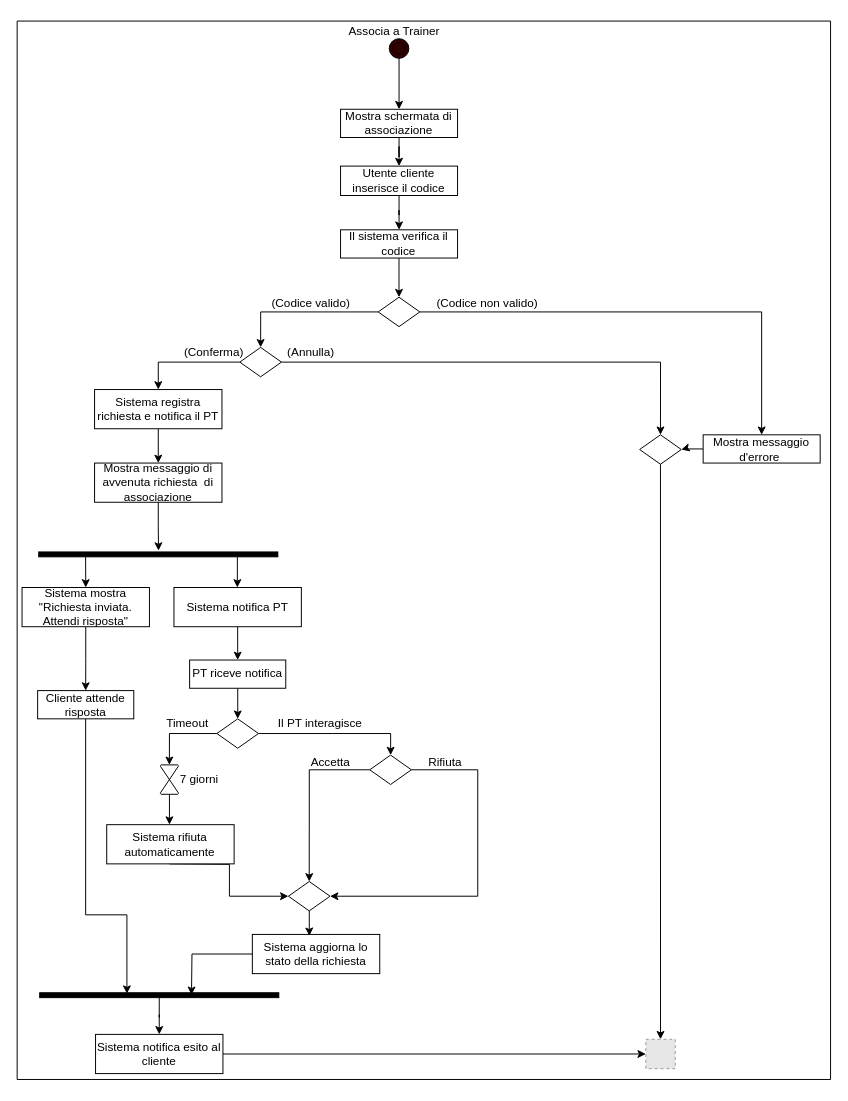
The draw.io diagram ActivityDiagram/AssociaTrainer.drawio in FedericoSib/FitPlan, before the edit. Source tidied: cells renumbered, new cells numbered last; positions are measured from the earlier drawing's top-left corner, leaving out a move shared by most shapes. Both pictures are drawn from the tidied source at 98%, with x=0, y=0 at pixel (17, 17). Pictures stored in the file or linked from it are replaced by grey dashed boxes.
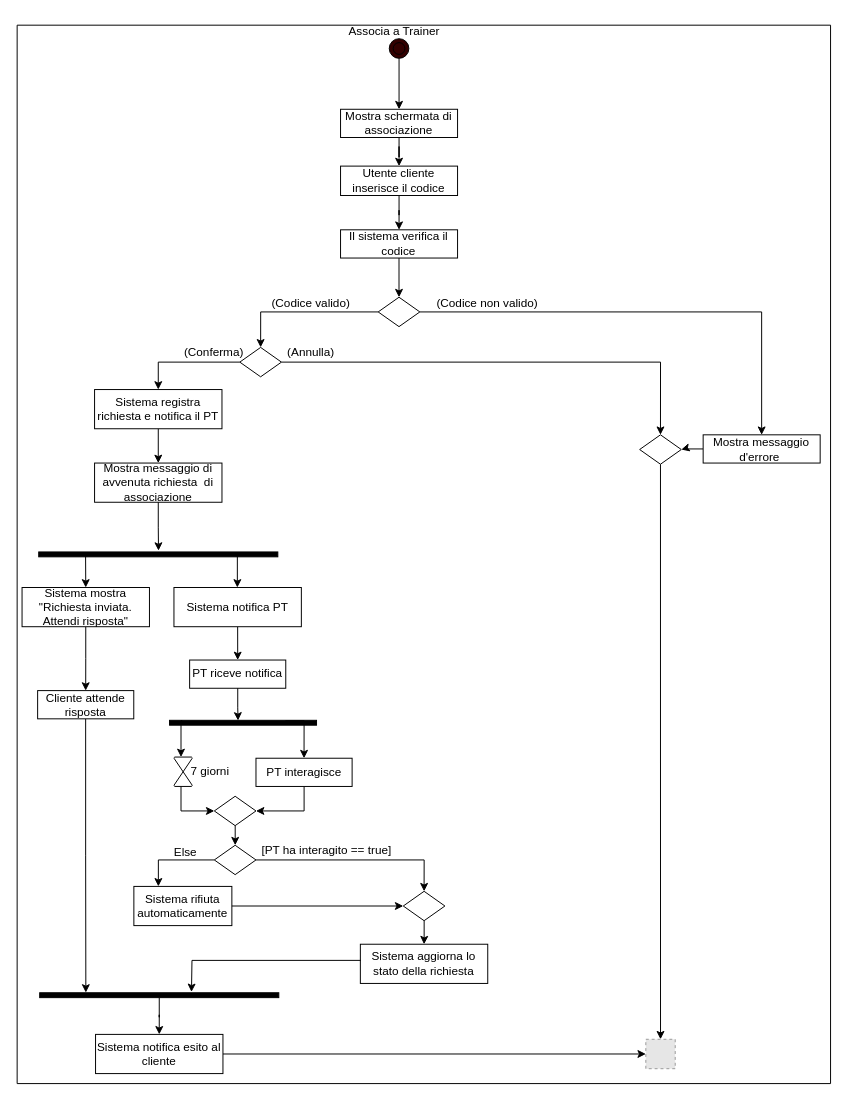
Above is the later version.

The change refers to these unchanged cells:
```xml
<mxCell id="30" value="PT riceve notifica" style="rounded=0;whiteSpace=wrap;html=1;" parent="1" vertex="1">
  <mxGeometry x="176" y="656" width="98.1" height="28.8" as="geometry" />
</mxCell>
<mxCell id="55" value="Cliente attende risposta" style="rounded=0;whiteSpace=wrap;html=1;" parent="1" vertex="1">
  <mxGeometry x="20.9" y="687.2" width="98.1" height="28.8" as="geometry" />
</mxCell>
<mxCell id="63" style="html=1;points=[];perimeter=orthogonalPerimeter;fillColor=strokeColor;rotation=-90;" parent="1" vertex="1">
  <mxGeometry x="142.5" y="876" width="5" height="244" as="geometry" />
</mxCell>
```

Change to the diagram source:
```diff
@@
-    <mxCell id="25" style="edgeStyle=orthogonalEdgeStyle;rounded=0;jettySize=auto;html=1;entryX=0.5;entryY=0;entryDx=0;entryDy=0;" parent="1" edge="1" source="26">
-      <mxGeometry relative="1" as="geometry">
-        <mxPoint x="155.4" y="824" as="targetPoint" />
-      </mxGeometry>
-    </mxCell>
-    <mxCell id="26" style="verticalLabelPosition=bottom;verticalAlign=top;html=1;shape=mxgraph.flowchart.collate;" parent="1" vertex="1">
-      <mxGeometry x="146" y="763" width="18.7" height="30" as="geometry" />
-    </mxCell>
@@
-    <mxCell id="29" style="edgeStyle=orthogonalEdgeStyle;rounded=0;jettySize=auto;html=1;entryX=0.5;entryY=0;entryDx=0;entryDy=0;" parent="1" edge="1" source="30" target="33">
-      <mxGeometry relative="1" as="geometry" />
-    </mxCell>
@@
-    <mxCell id="31" style="edgeStyle=orthogonalEdgeStyle;rounded=0;jettySize=auto;html=1;entryX=0.5;entryY=0;entryDx=0;entryDy=0;entryPerimeter=0;" parent="1" edge="1" source="33" target="26">
-      <mxGeometry relative="1" as="geometry" />
-    </mxCell>
-    <mxCell id="32" style="edgeStyle=orthogonalEdgeStyle;rounded=0;jettySize=auto;html=1;" parent="1" edge="1" source="33" target="42">
-      <mxGeometry relative="1" as="geometry" />
-    </mxCell>
-    <mxCell id="33" style="rhombus;whiteSpace=wrap;html=1;" parent="1" vertex="1">
-      <mxGeometry x="203.8" y="716" width="42.5" height="30" as="geometry" />
-    </mxCell>
-    <mxCell id="34" value="Timeout" style="text;html=1;whiteSpace=wrap;strokeColor=none;fillColor=none;align=center;verticalAlign=middle;rounded=0;" parent="1" vertex="1">
-      <mxGeometry x="143.8" y="706" width="60" height="30" as="geometry" />
-    </mxCell>
-    <mxCell id="35" value="7 giorni" style="text;html=1;whiteSpace=wrap;strokeColor=none;fillColor=none;align=center;verticalAlign=middle;rounded=0;" parent="1" vertex="1">
-      <mxGeometry x="156" y="763" width="60" height="30" as="geometry" />
-    </mxCell>
-    <mxCell id="36" style="edgeStyle=orthogonalEdgeStyle;rounded=0;jettySize=auto;html=1;entryX=0;entryY=0.5;entryDx=0;entryDy=0;exitX=0.5;exitY=1;exitDx=0;exitDy=0;" parent="1" edge="1" target="52">
-      <mxGeometry relative="1" as="geometry">
-        <mxPoint x="155.4" y="864" as="sourcePoint" />
-      </mxGeometry>
-    </mxCell>
-    <mxCell id="37" value="Sistema rifiuta automaticamente" style="rounded=0;whiteSpace=wrap;html=1;" parent="1" vertex="1">
-      <mxGeometry x="91.4" y="824" width="130" height="40" as="geometry" />
-    </mxCell>
@@
-    <mxCell id="40" style="edgeStyle=orthogonalEdgeStyle;rounded=0;jettySize=auto;html=1;exitX=0;exitY=0.5;exitDx=0;exitDy=0;entryX=0.5;entryY=0;entryDx=0;entryDy=0;" parent="1" edge="1" source="42" target="52">
-      <mxGeometry relative="1" as="geometry" />
-    </mxCell>
-    <mxCell id="41" style="edgeStyle=orthogonalEdgeStyle;rounded=0;jettySize=auto;html=1;exitX=1;exitY=0.5;exitDx=0;exitDy=0;entryX=1;entryY=0.5;entryDx=0;entryDy=0;" parent="1" edge="1" source="42" target="52">
-      <mxGeometry relative="1" as="geometry">
-        <Array as="points">
-          <mxPoint x="470" y="768" />
-          <mxPoint x="470" y="897" />
-        </Array>
-      </mxGeometry>
-    </mxCell>
-    <mxCell id="42" style="rhombus;whiteSpace=wrap;html=1;" parent="1" vertex="1">
-      <mxGeometry x="359.8" y="753" width="42.5" height="30" as="geometry" />
-    </mxCell>
-    <mxCell id="43" value="Il PT interagisce&amp;nbsp;" style="text;html=1;whiteSpace=wrap;strokeColor=none;fillColor=none;align=center;verticalAlign=middle;rounded=0;" parent="1" vertex="1">
-      <mxGeometry x="241" y="706" width="140" height="30" as="geometry" />
-    </mxCell>
-    <mxCell id="44" value="Accetta" style="text;html=1;whiteSpace=wrap;strokeColor=none;fillColor=none;align=center;verticalAlign=middle;rounded=0;" parent="1" vertex="1">
-      <mxGeometry x="290" y="746" width="60" height="30" as="geometry" />
-    </mxCell>
-    <mxCell id="45" value="Rifiuta" style="text;html=1;whiteSpace=wrap;strokeColor=none;fillColor=none;align=center;verticalAlign=middle;rounded=0;" parent="1" vertex="1">
-      <mxGeometry x="396.7" y="746" width="80" height="30" as="geometry" />
-    </mxCell>
@@
-    <mxCell id="51" style="edgeStyle=orthogonalEdgeStyle;rounded=0;jettySize=auto;html=1;entryX=0.448;entryY=0.037;entryDx=0;entryDy=0;entryPerimeter=0;" parent="1" edge="1" source="52" target="53">
+    <mxCell id="51" style="edgeStyle=orthogonalEdgeStyle;rounded=0;jettySize=auto;html=1;entryX=0.5;entryY=0;entryDx=0;entryDy=0;" parent="1" edge="1" source="52" target="53">
       <mxGeometry relative="1" as="geometry" />
     </mxCell>
     <mxCell id="52" style="rhombus;whiteSpace=wrap;html=1;" parent="1" vertex="1">
-      <mxGeometry x="276.8" y="882" width="42.5" height="30" as="geometry" />
+      <mxGeometry x="394" y="892" width="42.5" height="30" as="geometry" />
     </mxCell>
     <mxCell id="53" value="Sistema aggiorna lo stato della richiesta" style="rounded=0;whiteSpace=wrap;html=1;" parent="1" vertex="1">
-      <mxGeometry x="240" y="936" width="130" height="40" as="geometry" />
+      <mxGeometry x="350.2" y="946" width="130" height="40" as="geometry" />
     </mxCell>
-    <mxCell id="54" style="edgeStyle=orthogonalEdgeStyle;rounded=0;jettySize=auto;html=1;entryX=0.659;entryY=0.771;entryDx=0;entryDy=0;entryPerimeter=0;" parent="1" edge="1" source="53">
+    <mxCell id="54" style="edgeStyle=orthogonalEdgeStyle;rounded=0;jettySize=auto;html=1;entryX=0.659;entryY=0.771;entryDx=0;entryDy=0;entryPerimeter=0;exitX=0.003;exitY=0.412;exitDx=0;exitDy=0;exitPerimeter=0;" parent="1" edge="1" source="53">
       <mxGeometry relative="1" as="geometry">
-        <mxPoint x="177.9" y="997.7" as="targetPoint" />
+        <mxPoint x="177.9" y="994.7" as="targetPoint" />
       </mxGeometry>
     </mxCell>
+    <mxCell id="65" style="edgeStyle=orthogonalEdgeStyle;rounded=0;jettySize=auto;html=1;entryX=1.037;entryY=0.193;entryDx=0;entryDy=0;entryPerimeter=0;" parent="1" edge="1" source="55" target="63">
+      <mxGeometry relative="1" as="geometry" />
+    </mxCell>
@@
-    <mxCell id="56" style="edgeStyle=orthogonalEdgeStyle;rounded=0;jettySize=auto;html=1;entryX=0.894;entryY=0.244;entryDx=0;entryDy=0;entryPerimeter=0;" parent="1" edge="1" source="55">
-      <mxGeometry relative="1" as="geometry">
-        <mxPoint x="112" y="996.5" as="targetPoint" />
-        <Array as="points">
-          <mxPoint x="70" y="916" />
-          <mxPoint x="112" y="916" />
-        </Array>
-      </mxGeometry>
-    </mxCell>
@@
     <mxCell id="64" style="swimlane;startSize=0;" parent="1" vertex="1">
-      <mxGeometry y="4" width="830" height="1080" as="geometry" />
+      <mxGeometry y="8.2" width="830" height="1080" as="geometry" />
     </mxCell>
+    <mxCell id="37" value="Sistema rifiuta automaticamente" style="rounded=0;whiteSpace=wrap;html=1;" parent="64" vertex="1">
+      <mxGeometry x="119.1" y="878.8" width="100" height="40" as="geometry" />
+    </mxCell>
+    <mxCell id="66" value="Else" style="text;html=1;whiteSpace=wrap;strokeColor=none;fillColor=none;align=center;verticalAlign=middle;rounded=0;" parent="64" vertex="1">
+      <mxGeometry x="142.1" y="828.8" width="60" height="30" as="geometry" />
+    </mxCell>
+    <mxCell id="67" style="html=1;points=[];perimeter=orthogonalPerimeter;fillColor=strokeColor;rotation=-90;" parent="1" vertex="1">
+      <mxGeometry x="228" y="645" width="5" height="150" as="geometry" />
+    </mxCell>
+    <mxCell id="68" style="edgeStyle=orthogonalEdgeStyle;rounded=0;jettySize=auto;html=1;entryX=0;entryY=0;entryDx=0;entryDy=0;" parent="1" edge="1" target="35">
+      <mxGeometry relative="1" as="geometry">
+        <mxPoint x="168.5" y="718" as="sourcePoint" />
+      </mxGeometry>
+    </mxCell>
+    <mxCell id="69" style="edgeStyle=orthogonalEdgeStyle;rounded=0;jettySize=auto;html=1;entryX=0;entryY=0.5;entryDx=0;entryDy=0;exitX=0;exitY=1;exitDx=0;exitDy=0;" parent="1" edge="1" source="35" target="74">
+      <mxGeometry relative="1" as="geometry" />
+    </mxCell>
+    <mxCell id="26" style="verticalLabelPosition=bottom;verticalAlign=top;html=1;shape=mxgraph.flowchart.collate;" parent="1" vertex="1">
+      <mxGeometry x="160" y="755" width="18.7" height="30" as="geometry" />
+    </mxCell>
+    <mxCell id="35" value="7 giorni" style="text;html=1;whiteSpace=wrap;strokeColor=none;fillColor=none;align=center;verticalAlign=middle;rounded=0;" parent="1" vertex="1">
+      <mxGeometry x="167.2" y="755" width="60" height="30" as="geometry" />
+    </mxCell>
+    <mxCell id="70" style="edgeStyle=orthogonalEdgeStyle;rounded=0;jettySize=auto;html=1;entryX=0.5;entryY=0;entryDx=0;entryDy=0;" parent="1" edge="1" target="72">
+      <mxGeometry relative="1" as="geometry">
+        <mxPoint x="273.7" y="718" as="sourcePoint" />
+        <Array as="points">
+          <mxPoint x="292.8" y="718" />
+        </Array>
+      </mxGeometry>
+    </mxCell>
+    <mxCell id="71" style="edgeStyle=orthogonalEdgeStyle;rounded=0;jettySize=auto;html=1;entryX=1;entryY=0.5;entryDx=0;entryDy=0;" parent="1" edge="1" source="72" target="74">
+      <mxGeometry relative="1" as="geometry" />
+    </mxCell>
+    <mxCell id="72" value="PT interagisce" style="rounded=0;whiteSpace=wrap;html=1;" parent="1" vertex="1">
+      <mxGeometry x="243.7" y="756.2" width="98.1" height="28.8" as="geometry" />
+    </mxCell>
+    <mxCell id="73" style="edgeStyle=orthogonalEdgeStyle;rounded=0;jettySize=auto;html=1;" parent="1" edge="1" source="37" target="52">
+      <mxGeometry relative="1" as="geometry" />
+    </mxCell>
+    <mxCell id="74" style="rhombus;whiteSpace=wrap;html=1;" parent="1" vertex="1">
+      <mxGeometry x="201.2" y="795" width="42.5" height="30" as="geometry" />
+    </mxCell>
+    <mxCell id="75" style="edgeStyle=orthogonalEdgeStyle;rounded=0;jettySize=auto;html=1;entryX=0.958;entryY=0.466;entryDx=0;entryDy=0;entryPerimeter=0;" parent="1" edge="1" source="30" target="67">
+      <mxGeometry relative="1" as="geometry" />
+    </mxCell>
+    <mxCell id="76" style="edgeStyle=orthogonalEdgeStyle;rounded=0;jettySize=auto;html=1;entryX=0.5;entryY=0;entryDx=0;entryDy=0;" parent="1" edge="1" source="78" target="52">
+      <mxGeometry relative="1" as="geometry" />
+    </mxCell>
+    <mxCell id="77" style="edgeStyle=orthogonalEdgeStyle;rounded=0;jettySize=auto;html=1;entryX=0.25;entryY=0;entryDx=0;entryDy=0;" parent="1" edge="1" source="78" target="37">
+      <mxGeometry relative="1" as="geometry">
+        <Array as="points">
+          <mxPoint x="144.1" y="860" />
+        </Array>
+      </mxGeometry>
+    </mxCell>
+    <mxCell id="78" style="rhombus;whiteSpace=wrap;html=1;" parent="1" vertex="1">
+      <mxGeometry x="201.2" y="845" width="42.5" height="30" as="geometry" />
+    </mxCell>
+    <mxCell id="79" style="edgeStyle=orthogonalEdgeStyle;rounded=0;jettySize=auto;html=1;entryX=0.5;entryY=0;entryDx=0;entryDy=0;" parent="1" edge="1" source="74" target="78">
+      <mxGeometry relative="1" as="geometry" />
+    </mxCell>
+    <mxCell id="80" value="[PT ha interagito == true]" style="text;html=1;whiteSpace=wrap;strokeColor=none;fillColor=none;align=center;verticalAlign=middle;rounded=0;" parent="1" vertex="1">
+      <mxGeometry x="231.3" y="835" width="170" height="30" as="geometry" />
+    </mxCell>
```
